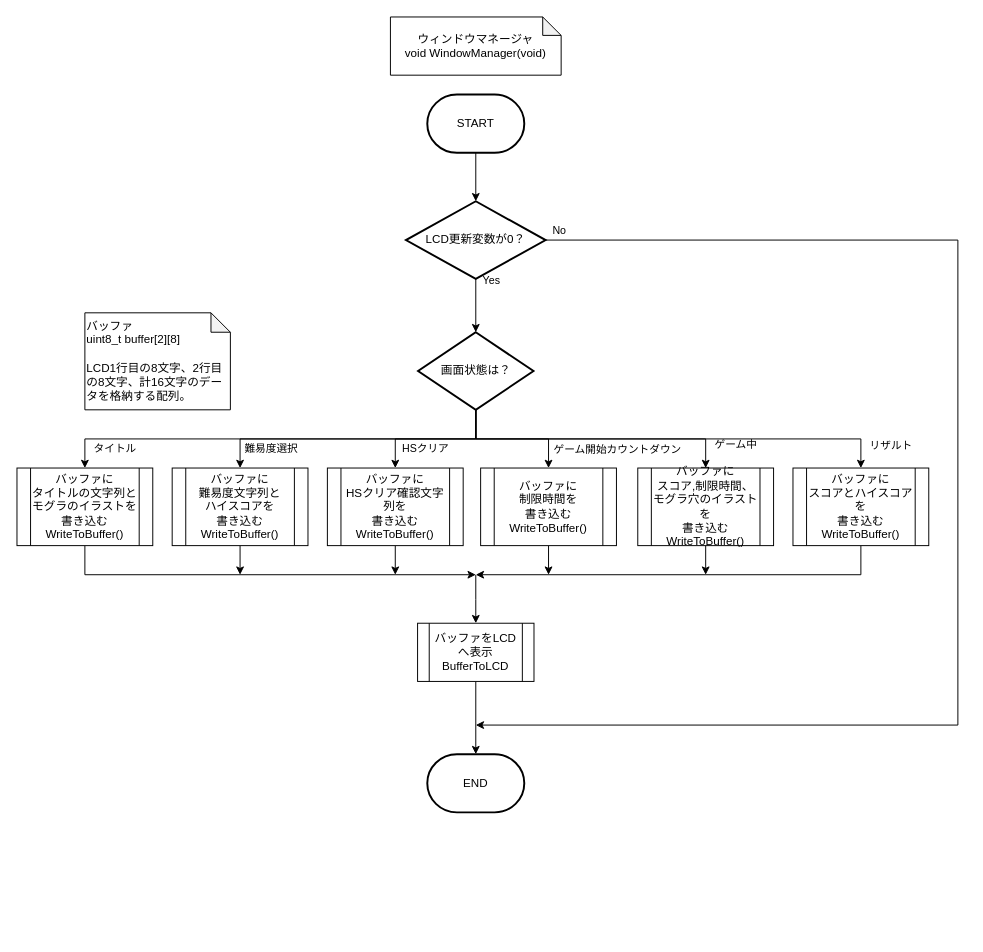
hakohumi/comp.train.whack-a-mole keeps this draw.io diagram as page "ウィンドウマネージャ" (6 of 10) of 資料/設計書/フローチャート/モグラ叩き_フローチャート_ゲーム前.drawio. Above is the earlier version. Source tidied: cells renumbered, new cells numbered last; positions are measured from the earlier drawing's top-left corner, leaving out a move shared by most shapes. Both pictures are drawn from the tidied source at 97%, with x=0, y=0 at pixel (16, 16).
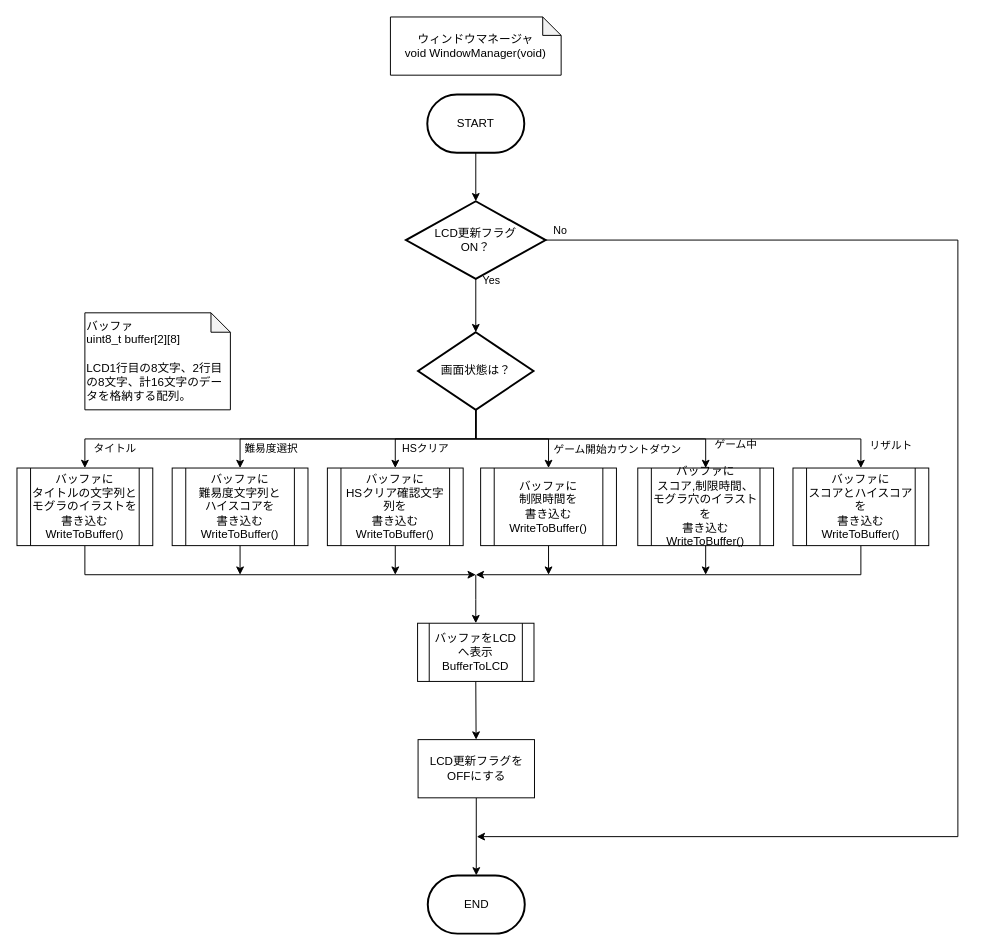
After the change.

Commit message (it also covers changes not shown here):
設計/フローチャート/ゲーム前シートウィンドウマネージャ　LCD更新変数の処理を変更

The change refers to these unchanged cells:
```xml
<mxCell id="32" value="バッファをLCDへ表示&lt;br&gt;BufferToLCD" style="shape=process;whiteSpace=wrap;html=1;backgroundOutline=1;" parent="1" vertex="1">
  <mxGeometry x="413" y="625" width="120" height="60" as="geometry" />
</mxCell>
```

Diff of the diagram source:
```diff
@@
     <mxCell id="4" value="END" style="strokeWidth=2;html=1;shape=mxgraph.flowchart.terminator;whiteSpace=wrap;" parent="1" vertex="1">
-      <mxGeometry x="423" y="760" width="100" height="60" as="geometry" />
+      <mxGeometry x="423.5" y="885" width="100" height="60" as="geometry" />
     </mxCell>
@@
     <mxCell id="7" value="No" style="edgeStyle=orthogonalEdgeStyle;rounded=0;jettySize=auto;html=1;exitX=1;exitY=0.5;exitDx=0;exitDy=0;strokeWidth=1;" parent="1" edge="1" source="8">
       <mxGeometry x="-0.98" y="10" relative="1" as="geometry">
-        <mxPoint x="473" y="730" as="targetPoint" />
+        <mxPoint x="474" y="845" as="targetPoint" />
         <Array as="points">
           <mxPoint x="970" y="230" />
-          <mxPoint x="970" y="730" />
+          <mxPoint x="970" y="845" />
         </Array>
       </mxGeometry>
     </mxCell>
-    <mxCell id="8" value="LCD更新変数が0？" style="rhombus;whiteSpace=wrap;html=1;strokeWidth=2;" parent="1" vertex="1">
+    <mxCell id="8" value="LCD更新フラグ&lt;br&gt;ON？" style="rhombus;whiteSpace=wrap;html=1;strokeWidth=2;" parent="1" vertex="1">
       <mxGeometry x="401" y="190" width="144" height="80" as="geometry" />
     </mxCell>
@@
-    <mxCell id="30" style="endArrow=classic;html=1;strokeWidth=1;entryX=0.5;entryY=0;entryDx=0;entryDy=0;entryPerimeter=0;exitX=0.5;exitY=1;exitDx=0;exitDy=0;" parent="1" edge="1" source="32" target="4">
+    <mxCell id="30" style="endArrow=classic;html=1;strokeWidth=1;exitX=0.5;exitY=1;exitDx=0;exitDy=0;" parent="1" edge="1" source="32" target="35">
       <mxGeometry relative="1" as="geometry" />
     </mxCell>
@@
+    <mxCell id="34" style="edgeStyle=orthogonalEdgeStyle;rounded=0;jettySize=auto;html=1;" parent="1" edge="1" source="35" target="4">
+      <mxGeometry relative="1" as="geometry" />
+    </mxCell>
+    <mxCell id="35" value="LCD更新フラグを&lt;br&gt;OFFにする" style="rounded=0;whiteSpace=wrap;html=1;" parent="1" vertex="1">
+      <mxGeometry x="413.5" y="745" width="120" height="60" as="geometry" />
+    </mxCell>
```
